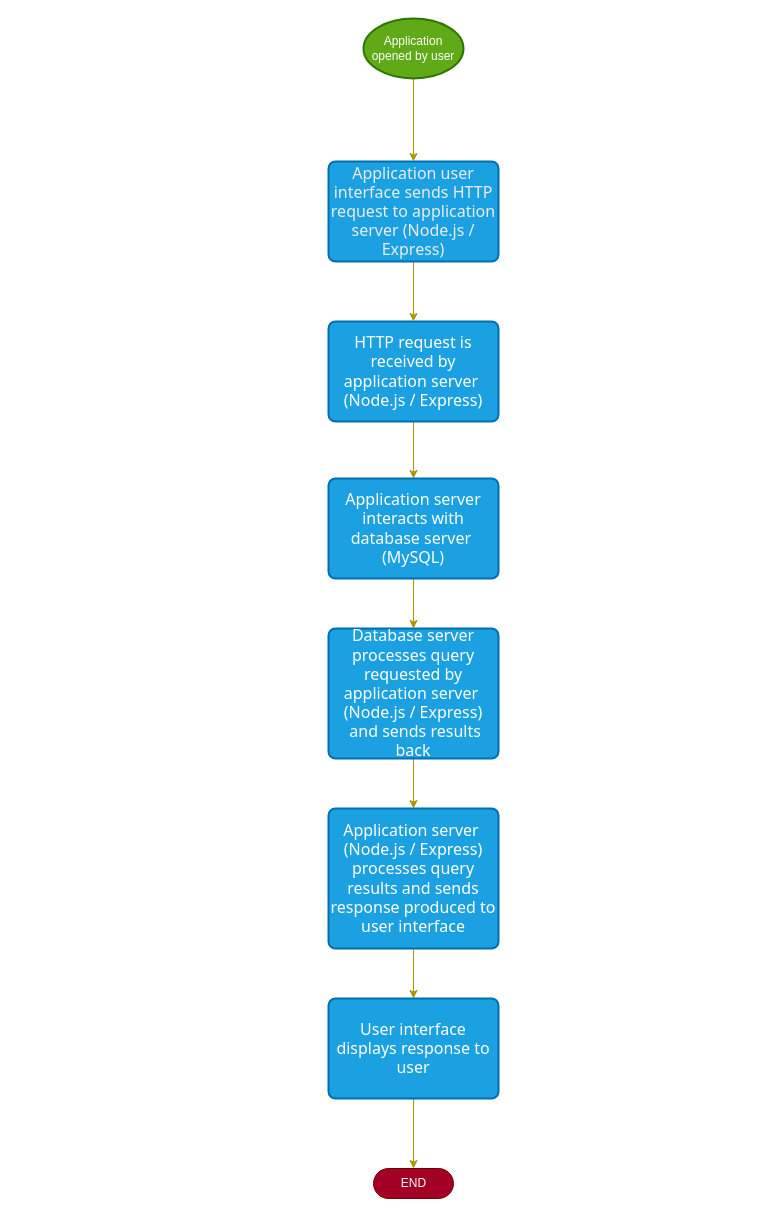
Before: proposal/submission/sec01/Systema/flowchart.drawio in drshahizan/software-engineering, a draw.io diagram. Source tidied: cells renumbered, new cells numbered last; positions are measured from the earlier drawing's top-left corner, leaving out a move shared by most shapes. Both pictures are drawn from the tidied source at 100%, with x=0, y=0 at pixel (328, 18).
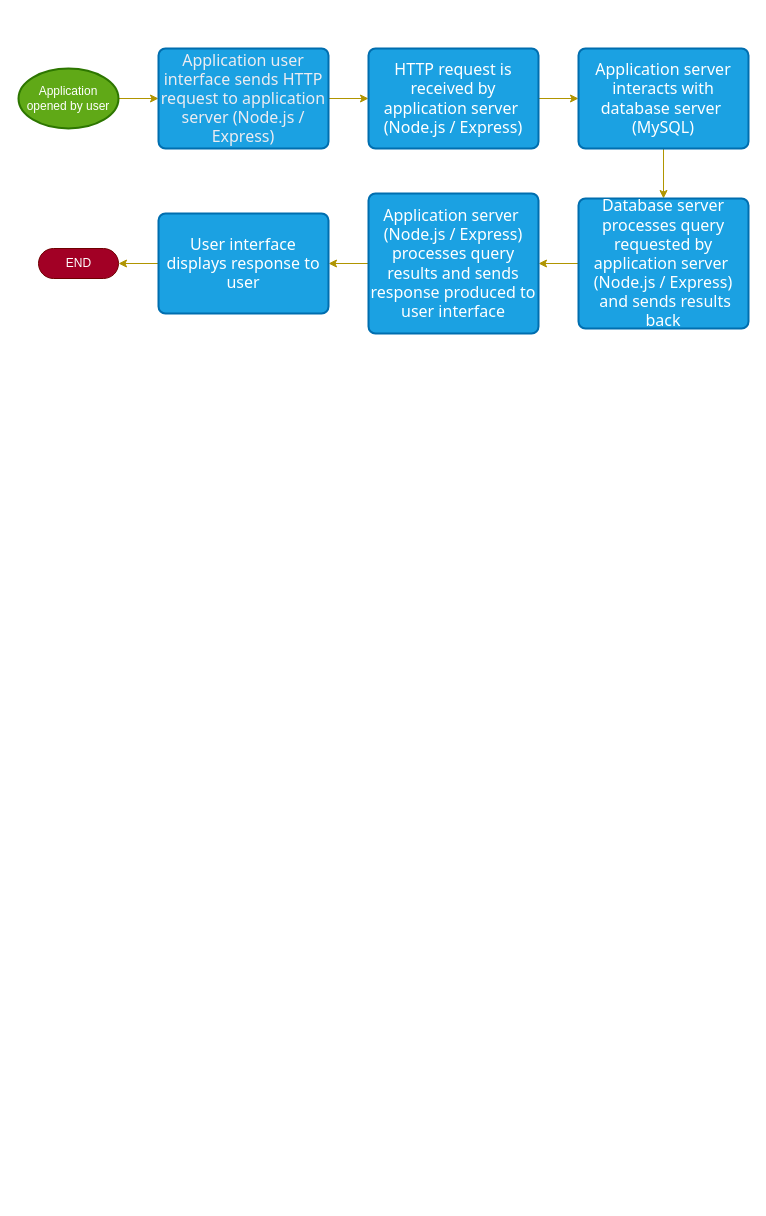
The same diagram, later.

The edit, as a diff of the source:
```diff
@@
 <mxGraphModel>
   <root>
     <mxCell id="0" />
     <mxCell id="1" parent="0" />
-    <mxCell id="2" style="edgeStyle=none;html=1;exitX=0.5;exitY=1;exitDx=0;exitDy=0;exitPerimeter=0;entryX=0.5;entryY=0;entryDx=0;entryDy=0;fillColor=#e3c800;strokeColor=#B09500;" parent="1" edge="1" source="3" target="5">
+    <mxCell id="2" style="edgeStyle=none;html=1;exitX=1;exitY=0.5;exitDx=0;exitDy=0;exitPerimeter=0;entryX=0;entryY=0.5;entryDx=0;entryDy=0;fillColor=#e3c800;strokeColor=#B09500;" parent="1" edge="1" source="3" target="5">
       <mxGeometry relative="1" as="geometry" />
     </mxCell>
     <mxCell id="3" value="Application opened by user" style="strokeWidth=2;html=1;shape=mxgraph.flowchart.start_1;whiteSpace=wrap;fillColor=#60a917;fontColor=#ffffff;strokeColor=#2D7600;" parent="1" vertex="1">
-      <mxGeometry x="35" width="100" height="60" as="geometry" />
+      <mxGeometry x="-310" y="50" width="100" height="60" as="geometry" />
     </mxCell>
-    <mxCell id="4" style="edgeStyle=none;html=1;exitX=0.5;exitY=1;exitDx=0;exitDy=0;entryX=0.5;entryY=0;entryDx=0;entryDy=0;fillColor=#e3c800;strokeColor=#B09500;" parent="1" edge="1" source="5" target="7">
+    <mxCell id="4" style="edgeStyle=none;html=1;exitX=1;exitY=0.5;exitDx=0;exitDy=0;entryX=0;entryY=0.5;entryDx=0;entryDy=0;fillColor=#e3c800;strokeColor=#B09500;" parent="1" edge="1" source="5" target="7">
       <mxGeometry relative="1" as="geometry" />
     </mxCell>
     <mxCell id="5" value="&lt;span style=&quot;color: rgb(236, 236, 241); font-family: Söhne, ui-sans-serif, system-ui, -apple-system, &amp;quot;Segoe UI&amp;quot;, Roboto, Ubuntu, Cantarell, &amp;quot;Noto Sans&amp;quot;, sans-serif, &amp;quot;Helvetica Neue&amp;quot;, Arial, &amp;quot;Apple Color Emoji&amp;quot;, &amp;quot;Segoe UI Emoji&amp;quot;, &amp;quot;Segoe UI Symbol&amp;quot;, &amp;quot;Noto Color Emoji&amp;quot;; font-size: 16px; text-align: start;&quot;&gt;Application user interface sends HTTP request to application server (Node.js / Express&lt;/span&gt;&lt;span style=&quot;color: rgb(236, 236, 241); font-family: Söhne, ui-sans-serif, system-ui, -apple-system, &amp;quot;Segoe UI&amp;quot;, Roboto, Ubuntu, Cantarell, &amp;quot;Noto Sans&amp;quot;, sans-serif, &amp;quot;Helvetica Neue&amp;quot;, Arial, &amp;quot;Apple Color Emoji&amp;quot;, &amp;quot;Segoe UI Emoji&amp;quot;, &amp;quot;Segoe UI Symbol&amp;quot;, &amp;quot;Noto Color Emoji&amp;quot;; font-size: 16px; text-align: start;&quot;&gt;)&lt;/span&gt;" style="rounded=1;whiteSpace=wrap;html=1;absoluteArcSize=1;arcSize=14;strokeWidth=2;fillColor=#1ba1e2;fontColor=#ffffff;strokeColor=#006EAF;" parent="1" vertex="1">
-      <mxGeometry y="143" width="170" height="100" as="geometry" />
+      <mxGeometry x="-170" y="30" width="170" height="100" as="geometry" />
     </mxCell>
-    <mxCell id="6" style="edgeStyle=none;html=1;exitX=0.5;exitY=1;exitDx=0;exitDy=0;entryX=0.5;entryY=0;entryDx=0;entryDy=0;fillColor=#e3c800;strokeColor=#B09500;" parent="1" edge="1" source="7" target="10">
+    <mxCell id="6" style="edgeStyle=none;html=1;exitX=1;exitY=0.5;exitDx=0;exitDy=0;entryX=0;entryY=0.5;entryDx=0;entryDy=0;fillColor=#e3c800;strokeColor=#B09500;" parent="1" edge="1" source="7" target="10">
       <mxGeometry relative="1" as="geometry" />
     </mxCell>
     <mxCell id="7" value="&lt;div style=&quot;&quot;&gt;&lt;font face=&quot;Söhne, ui-sans-serif, system-ui, -apple-system, Segoe UI, Roboto, Ubuntu, Cantarell, Noto Sans, sans-serif, Helvetica Neue, Arial, Apple Color Emoji, Segoe UI Emoji, Segoe UI Symbol, Noto Color Emoji&quot;&gt;&lt;span style=&quot;font-size: 16px;&quot;&gt;HTTP request is received by application server&amp;nbsp;&lt;/span&gt;&lt;/font&gt;&lt;/div&gt;&lt;span style=&quot;font-family: Söhne, ui-sans-serif, system-ui, -apple-system, &amp;quot;Segoe UI&amp;quot;, Roboto, Ubuntu, Cantarell, &amp;quot;Noto Sans&amp;quot;, sans-serif, &amp;quot;Helvetica Neue&amp;quot;, Arial, &amp;quot;Apple Color Emoji&amp;quot;, &amp;quot;Segoe UI Emoji&amp;quot;, &amp;quot;Segoe UI Symbol&amp;quot;, &amp;quot;Noto Color Emoji&amp;quot;; font-size: 16px; text-align: start;&quot;&gt;(Node.js / Express)&lt;/span&gt;" style="rounded=1;whiteSpace=wrap;html=1;absoluteArcSize=1;arcSize=14;strokeWidth=2;fillColor=#1ba1e2;fontColor=#ffffff;strokeColor=#006EAF;align=center;" parent="1" vertex="1">
-      <mxGeometry y="303" width="170" height="100" as="geometry" />
+      <mxGeometry x="40" y="30" width="170" height="100" as="geometry" />
     </mxCell>
     <mxCell id="8" value="END" style="html=1;dashed=0;whitespace=wrap;shape=mxgraph.dfd.start;fillColor=#a20025;fontColor=#ffffff;strokeColor=#6F0000;" parent="1" vertex="1">
-      <mxGeometry x="45" y="1150" width="80" height="30" as="geometry" />
+      <mxGeometry x="-290" y="230" width="80" height="30" as="geometry" />
     </mxCell>
     <mxCell id="9" style="edgeStyle=none;html=1;exitX=0.5;exitY=1;exitDx=0;exitDy=0;entryX=0.5;entryY=0;entryDx=0;entryDy=0;fillColor=#e3c800;strokeColor=#B09500;" parent="1" edge="1" source="10" target="12">
       <mxGeometry relative="1" as="geometry" />
     </mxCell>
     <mxCell id="10" value="&lt;div style=&quot;&quot;&gt;&lt;font face=&quot;Söhne, ui-sans-serif, system-ui, -apple-system, Segoe UI, Roboto, Ubuntu, Cantarell, Noto Sans, sans-serif, Helvetica Neue, Arial, Apple Color Emoji, Segoe UI Emoji, Segoe UI Symbol, Noto Color Emoji&quot;&gt;&lt;span style=&quot;font-size: 16px;&quot;&gt;Application server interacts with database server&amp;nbsp;&lt;/span&gt;&lt;/font&gt;&lt;/div&gt;&lt;div style=&quot;&quot;&gt;&lt;font face=&quot;Söhne, ui-sans-serif, system-ui, -apple-system, Segoe UI, Roboto, Ubuntu, Cantarell, Noto Sans, sans-serif, Helvetica Neue, Arial, Apple Color Emoji, Segoe UI Emoji, Segoe UI Symbol, Noto Color Emoji&quot;&gt;&lt;span style=&quot;font-size: 16px;&quot;&gt;(MySQL)&lt;/span&gt;&lt;/font&gt;&lt;/div&gt;" style="rounded=1;whiteSpace=wrap;html=1;absoluteArcSize=1;arcSize=14;strokeWidth=2;fillColor=#1ba1e2;fontColor=#ffffff;strokeColor=#006EAF;align=center;" parent="1" vertex="1">
-      <mxGeometry y="460" width="170" height="100" as="geometry" />
+      <mxGeometry x="250" y="30" width="170" height="100" as="geometry" />
     </mxCell>
-    <mxCell id="11" style="edgeStyle=none;html=1;exitX=0.5;exitY=1;exitDx=0;exitDy=0;entryX=0.5;entryY=0;entryDx=0;entryDy=0;fillColor=#e3c800;strokeColor=#B09500;" parent="1" edge="1" source="12" target="14">
+    <mxCell id="11" style="edgeStyle=none;html=1;exitX=0;exitY=0.5;exitDx=0;exitDy=0;entryX=1;entryY=0.5;entryDx=0;entryDy=0;fillColor=#e3c800;strokeColor=#B09500;" parent="1" edge="1" source="12" target="14">
       <mxGeometry relative="1" as="geometry" />
     </mxCell>
     <mxCell id="12" value="&lt;div style=&quot;&quot;&gt;&lt;span style=&quot;font-family: Söhne, ui-sans-serif, system-ui, -apple-system, &amp;quot;Segoe UI&amp;quot;, Roboto, Ubuntu, Cantarell, &amp;quot;Noto Sans&amp;quot;, sans-serif, &amp;quot;Helvetica Neue&amp;quot;, Arial, &amp;quot;Apple Color Emoji&amp;quot;, &amp;quot;Segoe UI Emoji&amp;quot;, &amp;quot;Segoe UI Symbol&amp;quot;, &amp;quot;Noto Color Emoji&amp;quot;; font-size: 16px; text-align: left;&quot;&gt;Database server processes query requested by application server&amp;nbsp;&lt;/span&gt;&lt;/div&gt;&lt;span style=&quot;font-family: Söhne, ui-sans-serif, system-ui, -apple-system, &amp;quot;Segoe UI&amp;quot;, Roboto, Ubuntu, Cantarell, &amp;quot;Noto Sans&amp;quot;, sans-serif, &amp;quot;Helvetica Neue&amp;quot;, Arial, &amp;quot;Apple Color Emoji&amp;quot;, &amp;quot;Segoe UI Emoji&amp;quot;, &amp;quot;Segoe UI Symbol&amp;quot;, &amp;quot;Noto Color Emoji&amp;quot;; font-size: 16px; text-align: start;&quot;&gt;(Node.js / Express)&lt;/span&gt;&lt;div style=&quot;&quot;&gt;&lt;span style=&quot;font-family: Söhne, ui-sans-serif, system-ui, -apple-system, &amp;quot;Segoe UI&amp;quot;, Roboto, Ubuntu, Cantarell, &amp;quot;Noto Sans&amp;quot;, sans-serif, &amp;quot;Helvetica Neue&amp;quot;, Arial, &amp;quot;Apple Color Emoji&amp;quot;, &amp;quot;Segoe UI Emoji&amp;quot;, &amp;quot;Segoe UI Symbol&amp;quot;, &amp;quot;Noto Color Emoji&amp;quot;; font-size: 16px; text-align: left;&quot;&gt;&amp;nbsp;and sends results back&lt;/span&gt;&lt;br&gt;&lt;/div&gt;" style="rounded=1;whiteSpace=wrap;html=1;absoluteArcSize=1;arcSize=14;strokeWidth=2;fillColor=#1ba1e2;fontColor=#ffffff;strokeColor=#006EAF;align=center;" parent="1" vertex="1">
-      <mxGeometry y="610" width="170" height="130" as="geometry" />
+      <mxGeometry x="250" y="180" width="170" height="130" as="geometry" />
     </mxCell>
-    <mxCell id="13" style="edgeStyle=none;html=1;exitX=0.5;exitY=1;exitDx=0;exitDy=0;entryX=0.5;entryY=0;entryDx=0;entryDy=0;fillColor=#e3c800;strokeColor=#B09500;" parent="1" edge="1" source="14" target="16">
+    <mxCell id="13" style="edgeStyle=none;html=1;exitX=0;exitY=0.5;exitDx=0;exitDy=0;entryX=1;entryY=0.5;entryDx=0;entryDy=0;fillColor=#e3c800;strokeColor=#B09500;" parent="1" edge="1" source="14" target="16">
       <mxGeometry relative="1" as="geometry" />
     </mxCell>
     <mxCell id="14" value="&lt;div style=&quot;&quot;&gt;&lt;span style=&quot;font-family: Söhne, ui-sans-serif, system-ui, -apple-system, &amp;quot;Segoe UI&amp;quot;, Roboto, Ubuntu, Cantarell, &amp;quot;Noto Sans&amp;quot;, sans-serif, &amp;quot;Helvetica Neue&amp;quot;, Arial, &amp;quot;Apple Color Emoji&amp;quot;, &amp;quot;Segoe UI Emoji&amp;quot;, &amp;quot;Segoe UI Symbol&amp;quot;, &amp;quot;Noto Color Emoji&amp;quot;; font-size: 16px; text-align: left;&quot;&gt;Application server&amp;nbsp;&lt;/span&gt;&lt;/div&gt;&lt;span style=&quot;font-family: Söhne, ui-sans-serif, system-ui, -apple-system, &amp;quot;Segoe UI&amp;quot;, Roboto, Ubuntu, Cantarell, &amp;quot;Noto Sans&amp;quot;, sans-serif, &amp;quot;Helvetica Neue&amp;quot;, Arial, &amp;quot;Apple Color Emoji&amp;quot;, &amp;quot;Segoe UI Emoji&amp;quot;, &amp;quot;Segoe UI Symbol&amp;quot;, &amp;quot;Noto Color Emoji&amp;quot;; font-size: 16px; text-align: start;&quot;&gt;(Node.js / Express)&lt;/span&gt;&lt;div style=&quot;&quot;&gt;&lt;span style=&quot;font-family: Söhne, ui-sans-serif, system-ui, -apple-system, &amp;quot;Segoe UI&amp;quot;, Roboto, Ubuntu, Cantarell, &amp;quot;Noto Sans&amp;quot;, sans-serif, &amp;quot;Helvetica Neue&amp;quot;, Arial, &amp;quot;Apple Color Emoji&amp;quot;, &amp;quot;Segoe UI Emoji&amp;quot;, &amp;quot;Segoe UI Symbol&amp;quot;, &amp;quot;Noto Color Emoji&amp;quot;; font-size: 16px; text-align: left;&quot;&gt;processes query results and sends response produced to user interface&lt;/span&gt;&lt;br&gt;&lt;/div&gt;" style="rounded=1;whiteSpace=wrap;html=1;absoluteArcSize=1;arcSize=14;strokeWidth=2;fillColor=#1ba1e2;fontColor=#ffffff;strokeColor=#006EAF;align=center;" parent="1" vertex="1">
-      <mxGeometry y="790" width="170" height="140" as="geometry" />
+      <mxGeometry x="40" y="175" width="170" height="140" as="geometry" />
     </mxCell>
-    <mxCell id="15" style="edgeStyle=none;html=1;exitX=0.5;exitY=1;exitDx=0;exitDy=0;entryX=0.5;entryY=0.5;entryDx=0;entryDy=-15;entryPerimeter=0;fillColor=#e3c800;strokeColor=#B09500;" parent="1" edge="1" source="16" target="8">
+    <mxCell id="15" style="edgeStyle=none;html=1;exitX=0;exitY=0.5;exitDx=0;exitDy=0;entryX=1;entryY=0.5;entryDx=0;entryDy=0;entryPerimeter=0;fillColor=#e3c800;strokeColor=#B09500;" parent="1" edge="1" source="16" target="8">
       <mxGeometry relative="1" as="geometry" />
     </mxCell>
     <mxCell id="16" value="&lt;div style=&quot;&quot;&gt;&lt;span style=&quot;font-family: Söhne, ui-sans-serif, system-ui, -apple-system, &amp;quot;Segoe UI&amp;quot;, Roboto, Ubuntu, Cantarell, &amp;quot;Noto Sans&amp;quot;, sans-serif, &amp;quot;Helvetica Neue&amp;quot;, Arial, &amp;quot;Apple Color Emoji&amp;quot;, &amp;quot;Segoe UI Emoji&amp;quot;, &amp;quot;Segoe UI Symbol&amp;quot;, &amp;quot;Noto Color Emoji&amp;quot;; font-size: 16px; text-align: left;&quot;&gt;User interface displays response to user&lt;/span&gt;&lt;br&gt;&lt;/div&gt;" style="rounded=1;whiteSpace=wrap;html=1;absoluteArcSize=1;arcSize=14;strokeWidth=2;fillColor=#1ba1e2;fontColor=#ffffff;strokeColor=#006EAF;align=center;" parent="1" vertex="1">
-      <mxGeometry y="980" width="170" height="100" as="geometry" />
+      <mxGeometry x="-170" y="195" width="170" height="100" as="geometry" />
     </mxCell>
   </root>
 </mxGraphModel>
```
